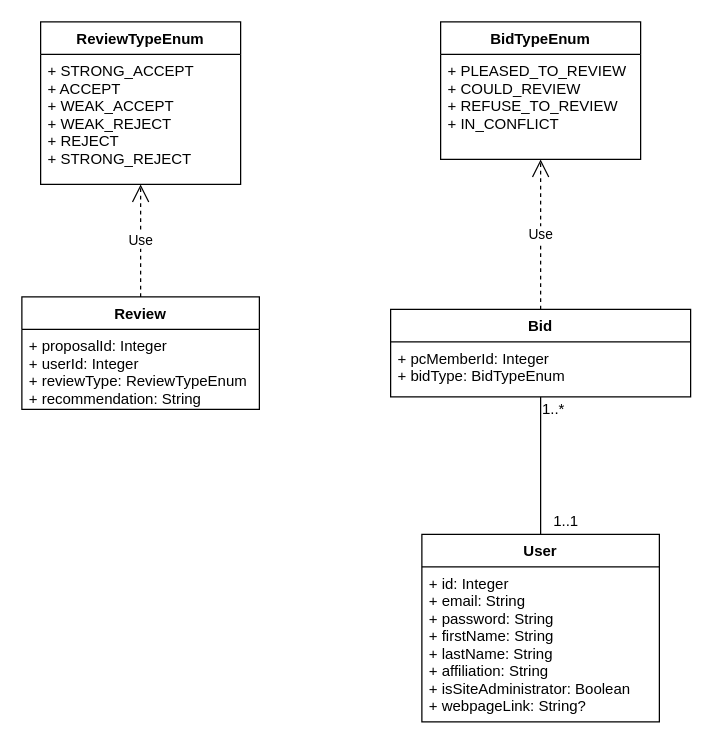
This is Documentation/Diagrams/Class/Bid_Review_classes.drawio from raresica1234/ATAR-SE, a draw.io file, before an edit. Source tidied: cells renumbered, new cells numbered last; positions are measured from the earlier drawing's top-left corner, leaving out a move shared by most shapes. Both pictures are drawn from the tidied source at 125%, with x=0, y=0 at pixel (21, 21).
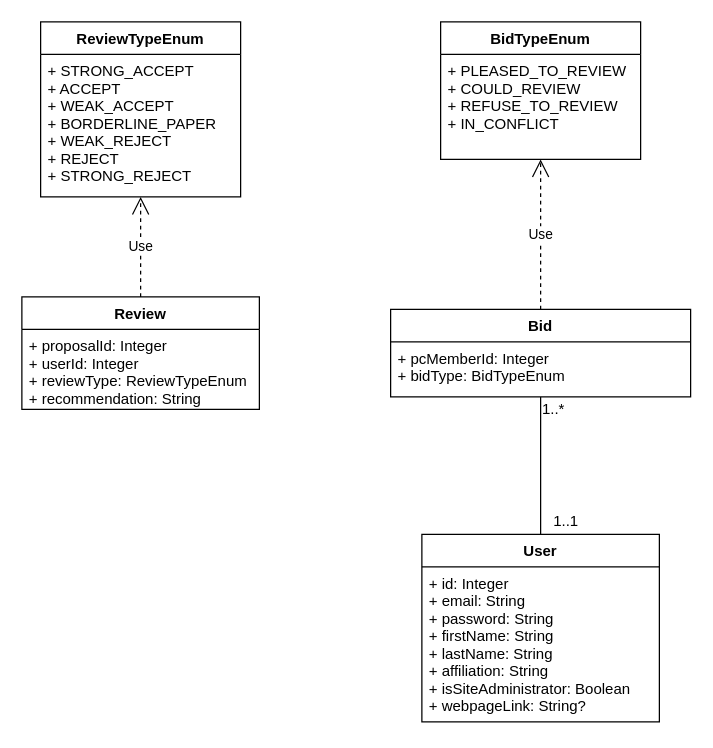
The same diagram, later.

Commit message (it also covers changes not shown here):
Readded bordeline_paper to enum.

Diff of the diagram source:
```diff
@@
 <mxGraphModel>
   <root>
     <mxCell id="0" />
     <mxCell id="1" parent="0" />
     <mxCell id="2" value="Bid" style="swimlane;fontStyle=1;align=center;verticalAlign=top;horizontal=1;startSize=26;" parent="1" vertex="1">
       <mxGeometry x="295" y="230" width="240" height="70" as="geometry" />
     </mxCell>
     <mxCell id="3" value="+ pcMemberId: Integer&#10;+ bidType: BidTypeEnum" style="text;strokeColor=none;fillColor=none;align=left;verticalAlign=top;spacingLeft=4;spacingRight=4;overflow=hidden;" parent="2" vertex="1">
       <mxGeometry y="26" width="240" height="44" as="geometry" />
     </mxCell>
     <mxCell id="4" value="Review" style="swimlane;fontStyle=1;align=center;verticalAlign=top;horizontal=1;startSize=26;" parent="1" vertex="1">
       <mxGeometry y="220" width="190" height="90" as="geometry" />
     </mxCell>
     <mxCell id="5" value="+ proposalId: Integer&#10;+ userId: Integer&#10;+ reviewType: ReviewTypeEnum&#10;+ recommendation: String" style="text;strokeColor=none;fillColor=none;align=left;verticalAlign=top;spacingLeft=4;spacingRight=4;overflow=hidden;" parent="4" vertex="1">
       <mxGeometry y="26" width="190" height="64" as="geometry" />
     </mxCell>
     <mxCell id="6" value="ReviewTypeEnum" style="swimlane;fontStyle=1;align=center;verticalAlign=top;horizontal=1;startSize=26;" parent="1" vertex="1">
-      <mxGeometry x="15" width="160" height="130" as="geometry" />
+      <mxGeometry x="15" width="160" height="140" as="geometry" />
     </mxCell>
-    <mxCell id="7" value="+ STRONG_ACCEPT&#10;+ ACCEPT&#10;+ WEAK_ACCEPT&#10;+ WEAK_REJECT&#10;+ REJECT&#10;+ STRONG_REJECT" style="text;strokeColor=none;fillColor=none;align=left;verticalAlign=top;spacingLeft=4;spacingRight=4;overflow=hidden;" parent="6" vertex="1">
-      <mxGeometry y="26" width="160" height="104" as="geometry" />
+    <mxCell id="7" value="+ STRONG_ACCEPT&#10;+ ACCEPT&#10;+ WEAK_ACCEPT&#10;+ BORDERLINE_PAPER&#10;+ WEAK_REJECT&#10;+ REJECT&#10;+ STRONG_REJECT" style="text;strokeColor=none;fillColor=none;align=left;verticalAlign=top;spacingLeft=4;spacingRight=4;overflow=hidden;" parent="6" vertex="1">
+      <mxGeometry y="26" width="160" height="114" as="geometry" />
     </mxCell>
     <mxCell id="8" value="Use" style="endArrow=open;endSize=12;dashed=1;html=1;" parent="1" edge="1" source="4" target="6">
       <mxGeometry relative="1" as="geometry" />
     </mxCell>
     <mxCell id="9" value="BidTypeEnum" style="swimlane;fontStyle=1;align=center;verticalAlign=top;horizontal=1;startSize=26;" parent="1" vertex="1">
       <mxGeometry x="335" width="160" height="110" as="geometry" />
     </mxCell>
     <mxCell id="10" value="+ PLEASED_TO_REVIEW&#10;+ COULD_REVIEW&#10;+ REFUSE_TO_REVIEW&#10;+ IN_CONFLICT" style="text;strokeColor=none;fillColor=none;align=left;verticalAlign=top;spacingLeft=4;spacingRight=4;overflow=hidden;" parent="9" vertex="1">
       <mxGeometry y="26" width="160" height="84" as="geometry" />
     </mxCell>
     <mxCell id="11" value="Use" style="endArrow=open;endSize=12;dashed=1;html=1;" parent="1" edge="1" source="2" target="9">
       <mxGeometry relative="1" as="geometry" />
     </mxCell>
     <mxCell id="12" value="User" style="swimlane;fontStyle=1;align=center;verticalAlign=top;horizontal=1;startSize=26;" parent="1" vertex="1">
       <mxGeometry x="320" y="410" width="190" height="150" as="geometry" />
     </mxCell>
     <mxCell id="13" value="+ id: Integer&#10;+ email: String&#10;+ password: String&#10;+ firstName: String&#10;+ lastName: String&#10;+ affiliation: String&#10;+ isSiteAdministrator: Boolean&#10;+ webpageLink: String?" style="text;strokeColor=none;fillColor=none;align=left;verticalAlign=top;spacingLeft=4;spacingRight=4;overflow=hidden;" parent="12" vertex="1">
       <mxGeometry y="26" width="190" height="124" as="geometry" />
     </mxCell>
     <mxCell id="14" style="endArrow=none;html=1;" parent="1" edge="1" source="12" target="2">
       <mxGeometry relative="1" as="geometry" />
     </mxCell>
     <mxCell id="15" value="1..1" style="text;html=1;align=center;verticalAlign=middle;" parent="1" vertex="1">
       <mxGeometry x="415" y="390" width="40" height="20" as="geometry" />
     </mxCell>
     <mxCell id="16" value="1..*" style="text;html=1;align=center;verticalAlign=middle;" parent="1" vertex="1">
       <mxGeometry x="410" y="300" width="30" height="20" as="geometry" />
     </mxCell>
   </root>
 </mxGraphModel>
```
